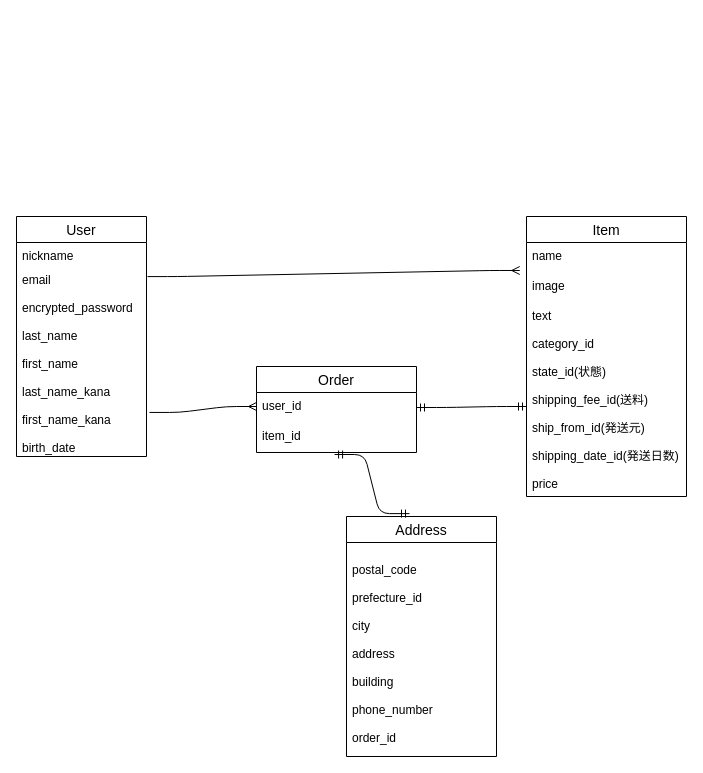
This is er.dio from masataku/furima-32994, a draw.io file, before an edit. Source tidied: cells renumbered, new cells numbered last; positions are measured from the earlier drawing's top-left corner, leaving out a move shared by most shapes. Both pictures are drawn from the tidied source at 100%, with x=0, y=0 at pixel (16, 216).
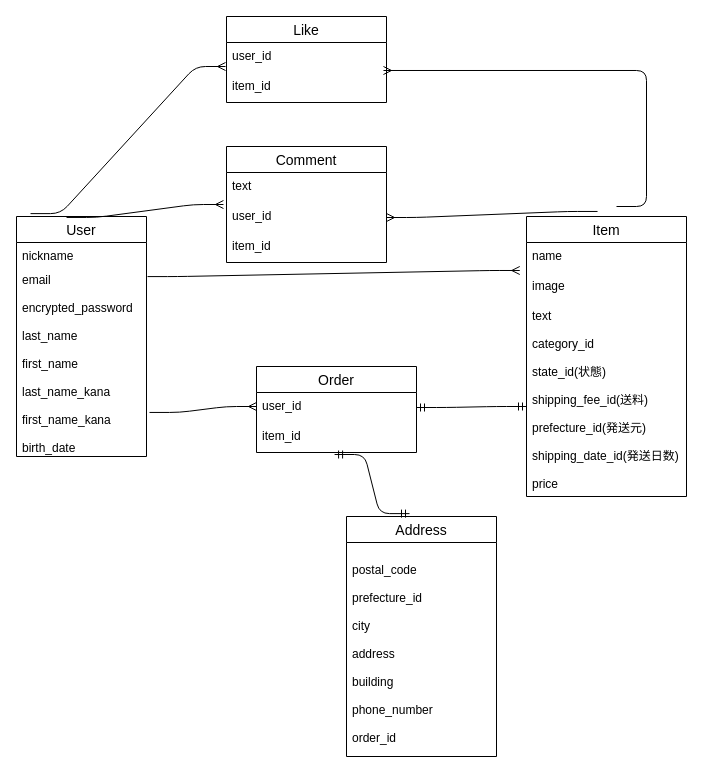
Above is the later version.

The change refers to these unchanged cells:
```xml
<mxCell id="2" value="Item" style="swimlane;fontStyle=0;horizontal=1;startSize=26;align=center;fontSize=14;" parent="1" vertex="1">
  <mxGeometry x="510" width="160" height="280" as="geometry" />
</mxCell>
<mxCell id="9" value="User" style="swimlane;fontStyle=0;horizontal=1;startSize=26;align=center;fontSize=14;" parent="1" vertex="1">
  <mxGeometry width="130" height="240" as="geometry" />
</mxCell>
```

Diff of the diagram source:
```diff
@@
-    <mxCell id="5" value="text&#10;&#10;category_id&#10;&#10;state_id(状態)&#10;&#10;shipping_fee_id(送料)&#10;&#10;ship_from_id(発送元)&#10;&#10;shipping_date_id(発送日数)&#10;&#10;price" style="text;strokeColor=none;fillColor=none;spacingLeft=4;spacingRight=4;overflow=hidden;fontSize=12;" parent="2" vertex="1">
+    <mxCell id="5" value="text&#10;&#10;category_id&#10;&#10;state_id(状態)&#10;&#10;shipping_fee_id(送料)&#10;&#10;prefecture_id(発送元)&#10;&#10;shipping_date_id(発送日数)&#10;&#10;price" style="text;strokeColor=none;fillColor=none;spacingLeft=4;spacingRight=4;overflow=hidden;fontSize=12;" parent="2" vertex="1">
       <mxGeometry y="86" width="160" height="194" as="geometry" />
     </mxCell>
@@
+    <mxCell id="18" value="Comment" style="swimlane;fontStyle=0;horizontal=1;startSize=26;align=center;fontSize=14;" parent="1" vertex="1">
+      <mxGeometry x="210" y="-70" width="160" height="116" as="geometry" />
+    </mxCell>
+    <mxCell id="19" value="text" style="text;strokeColor=none;fillColor=none;spacingLeft=4;spacingRight=4;overflow=hidden;fontSize=12;" parent="18" vertex="1">
+      <mxGeometry y="26" width="160" height="30" as="geometry" />
+    </mxCell>
+    <mxCell id="20" value="user_id" style="text;strokeColor=none;fillColor=none;spacingLeft=4;spacingRight=4;overflow=hidden;points=[[0,0.5],[1,0.5]];portConstraint=eastwest;fontSize=12;" parent="18" vertex="1">
+      <mxGeometry y="56" width="160" height="30" as="geometry" />
+    </mxCell>
+    <mxCell id="21" value="item_id" style="text;strokeColor=none;fillColor=none;spacingLeft=4;spacingRight=4;overflow=hidden;fontSize=12;" parent="18" vertex="1">
+      <mxGeometry y="86" width="160" height="30" as="geometry" />
+    </mxCell>
+    <mxCell id="22" style="edgeStyle=entityRelationEdgeStyle;fontSize=12;html=1;endArrow=ERmany;exitX=0.385;exitY=0.004;exitDx=0;exitDy=0;exitPerimeter=0;entryX=-0.019;entryY=0.067;entryDx=0;entryDy=0;entryPerimeter=0;" parent="1" edge="1" source="9" target="20">
+      <mxGeometry relative="1" as="geometry" />
+    </mxCell>
+    <mxCell id="23" style="edgeStyle=entityRelationEdgeStyle;fontSize=12;html=1;endArrow=ERmany;entryX=1;entryY=0.5;entryDx=0;entryDy=0;exitX=0.444;exitY=-0.018;exitDx=0;exitDy=0;exitPerimeter=0;" parent="1" edge="1" source="2" target="20">
+      <mxGeometry relative="1" as="geometry" />
+    </mxCell>
+    <mxCell id="24" value="Like" style="swimlane;fontStyle=0;horizontal=1;startSize=26;align=center;fontSize=14;" parent="1" vertex="1">
+      <mxGeometry x="210" y="-200" width="160" height="86" as="geometry" />
+    </mxCell>
+    <mxCell id="25" value="user_id" style="text;strokeColor=none;fillColor=none;spacingLeft=4;spacingRight=4;overflow=hidden;points=[[0,0.5],[1,0.5]];portConstraint=eastwest;fontSize=12;" parent="24" vertex="1">
+      <mxGeometry y="26" width="160" height="30" as="geometry" />
+    </mxCell>
+    <mxCell id="26" value="item_id" style="text;strokeColor=none;fillColor=none;spacingLeft=4;spacingRight=4;overflow=hidden;points=[[0,0.5],[1,0.5]];portConstraint=eastwest;fontSize=12;" parent="24" vertex="1">
+      <mxGeometry y="56" width="160" height="30" as="geometry" />
+    </mxCell>
+    <mxCell id="27" style="edgeStyle=entityRelationEdgeStyle;fontSize=12;html=1;endArrow=ERmany;entryX=-0.006;entryY=0.8;entryDx=0;entryDy=0;entryPerimeter=0;exitX=0.108;exitY=-0.012;exitDx=0;exitDy=0;exitPerimeter=0;" parent="1" edge="1" source="9" target="25">
+      <mxGeometry relative="1" as="geometry" />
+    </mxCell>
+    <mxCell id="28" style="edgeStyle=entityRelationEdgeStyle;fontSize=12;html=1;endArrow=ERmany;entryX=0.981;entryY=-0.067;entryDx=0;entryDy=0;entryPerimeter=0;" parent="1" edge="1" target="26">
+      <mxGeometry relative="1" as="geometry">
+        <mxPoint x="600" y="-10" as="sourcePoint" />
+      </mxGeometry>
+    </mxCell>
```
